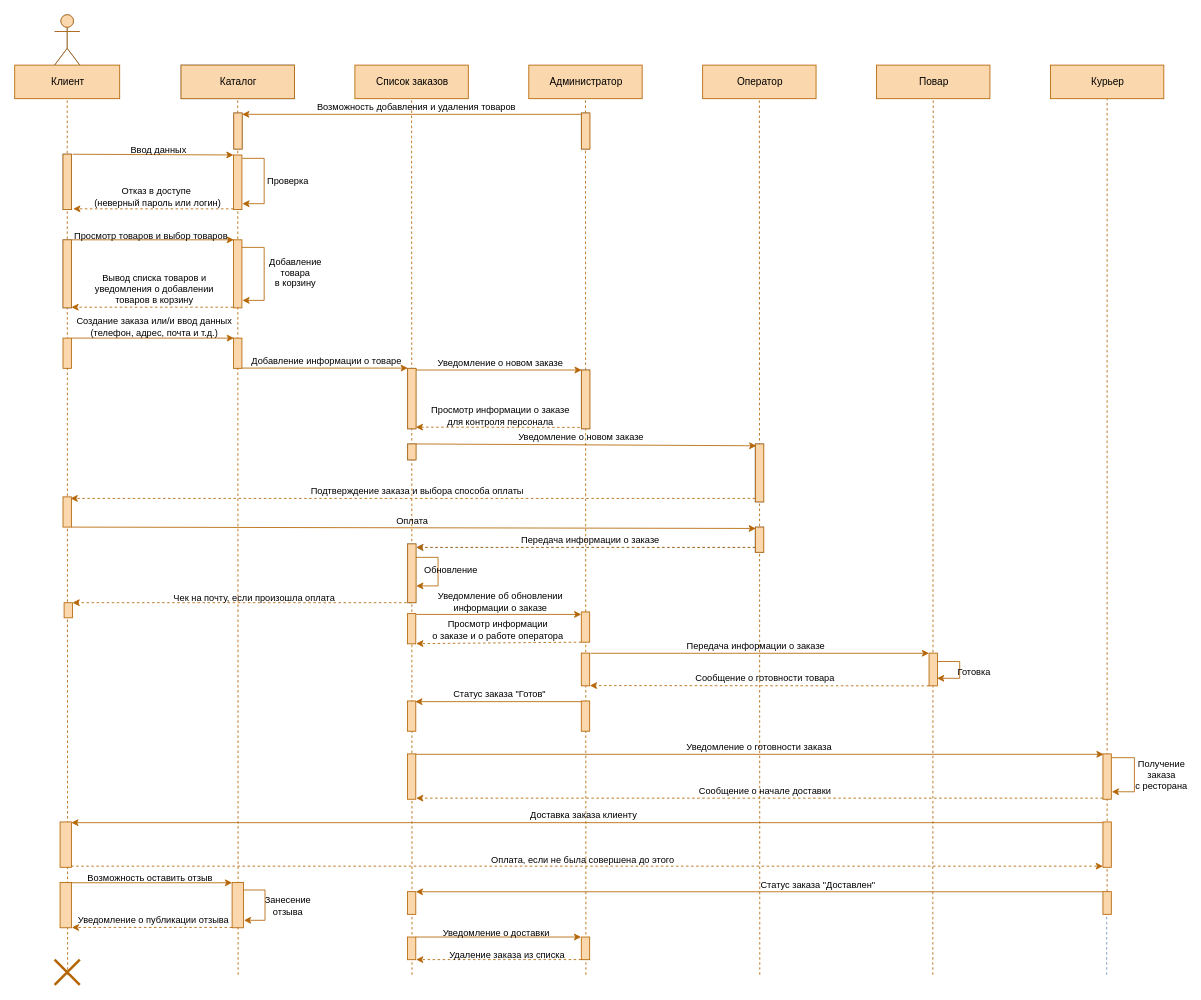
Before: Диаграмма доставки суши.drawio in Karidess/Sequence_diagramma, a draw.io diagram. Source tidied: cells renumbered, new cells numbered last; positions are measured from the earlier drawing's top-left corner, leaving out a move shared by most shapes. Both pictures are drawn from the tidied source at 84%, with x=0, y=0 at pixel (14, 14).
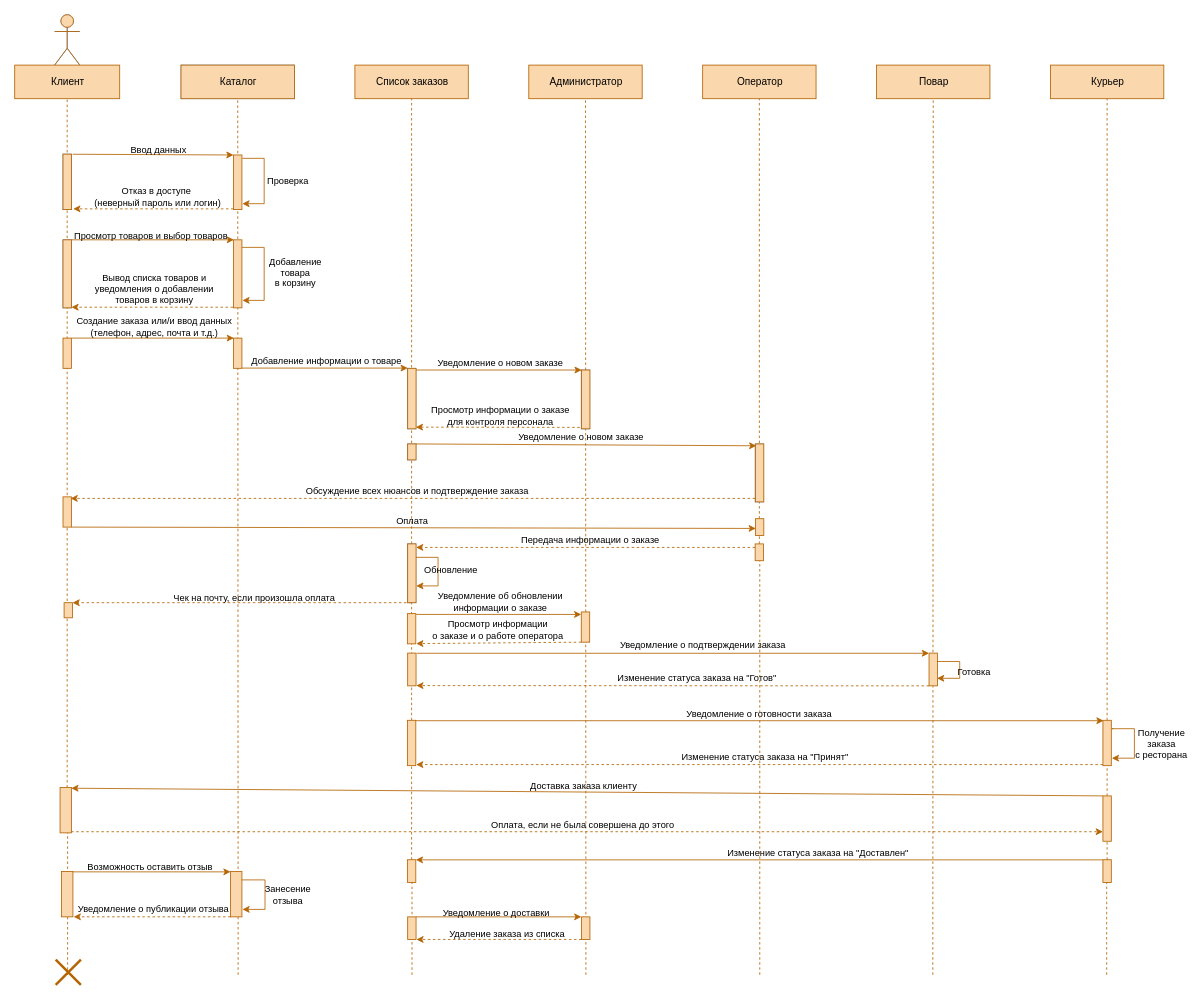
Above is the later version.

The change refers to these unchanged cells:
```xml
<mxCell id="2" value="Клиент" style="html=1;rounded=0;fillColor=#fad7ac;strokeColor=#b46504;" parent="1" vertex="1">
  <mxGeometry y="60" width="125" height="40" as="geometry" />
</mxCell>
<mxCell id="19" value="Список заказов" style="html=1;rounded=0;fillColor=#fad7ac;strokeColor=#b46504;" parent="1" vertex="1">
  <mxGeometry x="405" y="60" width="135" height="40" as="geometry" />
</mxCell>
<mxCell id="23" value="Оператор" style="html=1;rounded=0;fillColor=#fad7ac;strokeColor=#b46504;" parent="1" vertex="1">
  <mxGeometry x="819" y="60" width="135" height="40" as="geometry" />
</mxCell>
<mxCell id="41" style="endArrow=classic;html=1;rounded=0;fillColor=#fad7ac;strokeColor=#b46504;entryX=0.898;entryY=0.051;entryDx=0;entryDy=0;entryPerimeter=0;dashed=1;" parent="1" edge="1" source="38" target="43">
  <mxGeometry relative="1" as="geometry" />
</mxCell>
<mxCell id="43" style="html=1;points=[];perimeter=orthogonalPerimeter;rounded=0;fillColor=#fad7ac;strokeColor=#b46504;" parent="1" vertex="1">
  <mxGeometry x="57.5" y="574" width="10" height="36" as="geometry" />
</mxCell>
<mxCell id="49" style="html=1;points=[];perimeter=orthogonalPerimeter;rounded=0;fillColor=#dae8fc;strokeColor=#6c8ebf;" parent="1" vertex="1">
  <mxGeometry x="467.5" y="630" width="10" height="70" as="geometry" />
</mxCell>
<mxCell id="53" value="Курьер" style="html=1;rounded=0;fillColor=#fad7ac;strokeColor=#b46504;" parent="1" vertex="1">
  <mxGeometry x="1233" y="60" width="135" height="40" as="geometry" />
</mxCell>
<mxCell id="67" style="endArrow=classic;html=1;rounded=0;fillColor=#fad7ac;strokeColor=#b46504;exitX=1.1;exitY=0.005;exitDx=0;exitDy=0;exitPerimeter=0;" parent="1" edge="1" source="63" target="66">
  <mxGeometry relative="1" as="geometry" />
</mxCell>
<mxCell id="71" style="endArrow=classic;html=1;rounded=0;fillColor=#fad7ac;strokeColor=#b46504;entryX=1.023;entryY=0.992;entryDx=0;entryDy=0;entryPerimeter=0;dashed=1;" parent="1" edge="1" target="63">
  <mxGeometry relative="1" as="geometry">
    <mxPoint x="1088.5" y="799" as="sourcePoint" />
  </mxGeometry>
</mxCell>
<mxCell id="81" style="endArrow=classic;html=1;rounded=0;fillColor=#fad7ac;strokeColor=#b46504;entryX=1.038;entryY=0.976;entryDx=0;entryDy=0;entryPerimeter=0;dashed=1;" parent="1" edge="1" source="78" target="77">
  <mxGeometry relative="1" as="geometry" />
</mxCell>
<mxCell id="111" style="endArrow=classic;html=1;rounded=0;fillColor=#fad7ac;strokeColor=#b46504;exitX=0.006;exitY=0.005;exitDx=0;exitDy=0;exitPerimeter=0;" parent="1" edge="1" source="113" target="110">
  <mxGeometry relative="1" as="geometry" />
</mxCell>
<mxCell id="131" style="html=1;points=[];perimeter=orthogonalPerimeter;rounded=0;fillColor=#fad7ac;strokeColor=#b46504;" parent="1" vertex="1">
  <mxGeometry x="467.8" y="630" width="10" height="70" as="geometry" />
</mxCell>
```

The edit, as a diff of the source:
```diff
@@
+    <mxCell id="132" style="endArrow=none;dashed=1;html=1;strokeWidth=1;rounded=0;startArrow=none;fillColor=#fad7ac;strokeColor=#b46504;" parent="1" edge="1" target="86">
+      <mxGeometry relative="1" as="geometry">
+        <mxPoint x="63" y="1143" as="sourcePoint" />
+      </mxGeometry>
+    </mxCell>
+    <mxCell id="133" style="endArrow=none;dashed=1;html=1;strokeWidth=1;rounded=0;startArrow=none;fillColor=#fad7ac;strokeColor=#b46504;" parent="1" edge="1" target="110">
+      <mxGeometry relative="1" as="geometry">
+        <mxPoint x="473" y="1143" as="sourcePoint" />
+      </mxGeometry>
+    </mxCell>
+    <mxCell id="134" style="endArrow=none;dashed=1;html=1;strokeWidth=1;rounded=0;startArrow=none;fillColor=#fad7ac;strokeColor=#b46504;" parent="1" edge="1" source="110" target="77">
+      <mxGeometry relative="1" as="geometry" />
+    </mxCell>
+    <mxCell id="135" style="endArrow=none;dashed=1;html=1;strokeWidth=1;rounded=0;startArrow=none;fillColor=#fad7ac;strokeColor=#b46504;" parent="1" edge="1" source="83" target="78">
+      <mxGeometry relative="1" as="geometry" />
+    </mxCell>
@@
-    <mxCell id="3" style="endArrow=none;dashed=1;html=1;strokeWidth=1;rounded=0;startArrow=none;fillColor=#fad7ac;strokeColor=#b46504;" parent="1" edge="1" target="2">
-      <mxGeometry relative="1" as="geometry">
-        <mxPoint x="63" y="1143" as="sourcePoint" />
-      </mxGeometry>
+    <mxCell id="3" style="endArrow=none;dashed=1;html=1;strokeWidth=1;rounded=0;startArrow=none;fillColor=#fad7ac;strokeColor=#b46504;" parent="1" edge="1" source="86" target="2">
+      <mxGeometry relative="1" as="geometry" />
     </mxCell>
@@
-    <mxCell id="20" style="endArrow=none;dashed=1;html=1;strokeWidth=1;rounded=0;startArrow=none;fillColor=#fad7ac;strokeColor=#b46504;" parent="1" edge="1" target="19">
-      <mxGeometry relative="1" as="geometry">
-        <mxPoint x="473" y="1143" as="sourcePoint" />
-      </mxGeometry>
+    <mxCell id="20" style="endArrow=none;dashed=1;html=1;strokeWidth=1;rounded=0;startArrow=none;fillColor=#fad7ac;strokeColor=#b46504;" parent="1" edge="1" source="77" target="19">
+      <mxGeometry relative="1" as="geometry" />
     </mxCell>
@@
-    <mxCell id="36" style="endArrow=none;dashed=1;html=1;strokeWidth=1;rounded=0;startArrow=none;fillColor=#fad7ac;strokeColor=#b46504;" parent="1" edge="1" target="23">
-      <mxGeometry relative="1" as="geometry">
-        <mxPoint x="887" y="1143" as="sourcePoint" />
-      </mxGeometry>
+    <mxCell id="36" style="endArrow=none;dashed=1;html=1;strokeWidth=1;rounded=0;startArrow=none;fillColor=#fad7ac;strokeColor=#b46504;" parent="1" edge="1" source="136" target="23">
+      <mxGeometry relative="1" as="geometry" />
     </mxCell>
@@
-    <mxCell id="42" value="Подтверждение заказа и выбора способа оплаты" style="edgeLabel;html=1;align=center;verticalAlign=middle;rounded=0;labelBackgroundColor=none;" parent="41" vertex="1">
+    <mxCell id="42" value="Обсуждение всех нюансов и подтверждение заказа" style="edgeLabel;html=1;align=center;verticalAlign=middle;rounded=0;labelBackgroundColor=none;" parent="41" vertex="1">
       <mxGeometry x="-0.22" relative="1" as="geometry">
         <mxPoint x="-85" y="-9" as="offset" />
       </mxGeometry>
     </mxCell>
@@
-    <mxCell id="44" style="html=1;points=[];perimeter=orthogonalPerimeter;rounded=0;fillColor=#dae8fc;strokeColor=#6c8ebf;" parent="1" vertex="1">
-      <mxGeometry x="881.5" y="610" width="10" height="30" as="geometry" />
-    </mxCell>
-    <mxCell id="45" style="endArrow=classic;html=1;rounded=0;fillColor=#fad7ac;strokeColor=#b46504;entryX=0.08;entryY=0.054;entryDx=0;entryDy=0;entryPerimeter=0;" parent="1" edge="1" source="43" target="44">
-      <mxGeometry relative="1" as="geometry" />
+    <mxCell id="45" style="endArrow=classic;html=1;rounded=0;fillColor=#fad7ac;strokeColor=#b46504;entryX=0.08;entryY=0.054;entryDx=0;entryDy=0;entryPerimeter=0;" parent="1" edge="1" source="43">
+      <mxGeometry relative="1" as="geometry">
+        <mxPoint x="882.3" y="611.6" as="targetPoint" />
+      </mxGeometry>
     </mxCell>
@@
-    <mxCell id="47" style="endArrow=classic;html=1;rounded=0;fillColor=#dae8fc;strokeColor=#6c8ebf;entryX=1.031;entryY=0.06;entryDx=0;entryDy=0;entryPerimeter=0;dashed=1;" parent="1" edge="1" source="44" target="49">
+    <mxCell id="47" style="endArrow=classic;html=1;rounded=0;fillColor=#ffe6cc;strokeColor=#B46504;entryX=1.031;entryY=0.06;entryDx=0;entryDy=0;entryPerimeter=0;dashed=1;" parent="1" edge="1" source="136" target="49">
       <mxGeometry relative="1" as="geometry" />
     </mxCell>
@@
     <mxCell id="63" style="html=1;points=[];perimeter=orthogonalPerimeter;rounded=0;fillColor=#fad7ac;strokeColor=#b46504;" parent="1" vertex="1">
-      <mxGeometry x="674.5" y="760" width="10" height="39" as="geometry" />
+      <mxGeometry x="467.8" y="760" width="10" height="39" as="geometry" />
     </mxCell>
@@
-    <mxCell id="65" style="endArrow=none;dashed=1;html=1;strokeWidth=1;rounded=0;startArrow=none;fillColor=#fad7ac;strokeColor=#b46504;" parent="1" edge="1" source="113" target="53">
+    <mxCell id="65" style="endArrow=none;dashed=1;html=1;strokeWidth=1;rounded=0;startArrow=none;fillColor=#fad7ac;strokeColor=#b46504;" parent="1" edge="1" source="78" target="53">
       <mxGeometry relative="1" as="geometry" />
     </mxCell>
@@
-    <mxCell id="68" value="Передача информации о заказе" style="edgeLabel;html=1;align=center;verticalAlign=middle;rounded=0;labelBackgroundColor=none;" parent="67" vertex="1">
+    <mxCell id="68" value="Уведомление о подтверждении заказа" style="edgeLabel;html=1;align=center;verticalAlign=middle;rounded=0;labelBackgroundColor=none;" parent="67" vertex="1">
       <mxGeometry x="-0.22" relative="1" as="geometry">
-        <mxPoint x="39" y="-9" as="offset" />
+        <mxPoint x="102" y="-11" as="offset" />
       </mxGeometry>
     </mxCell>
@@
-    <mxCell id="72" value="Сообщение о готовности товара" style="edgeLabel;html=1;align=center;verticalAlign=middle;rounded=0;labelBackgroundColor=none;" parent="71" vertex="1">
+    <mxCell id="72" value="Изменение статуса заказа на &quot;Готов&quot;" style="edgeLabel;html=1;align=center;verticalAlign=middle;rounded=0;labelBackgroundColor=none;" parent="71" vertex="1">
       <mxGeometry x="-0.22" relative="1" as="geometry">
         <mxPoint x="-39" y="-9" as="offset" />
       </mxGeometry>
     </mxCell>
-    <mxCell id="73" style="html=1;points=[];perimeter=orthogonalPerimeter;rounded=0;fillColor=#fad7ac;strokeColor=#b46504;" parent="1" vertex="1">
-      <mxGeometry x="674.5" y="817" width="10" height="36" as="geometry" />
-    </mxCell>
-    <mxCell id="74" style="endArrow=classic;html=1;rounded=0;fillColor=#fad7ac;strokeColor=#b46504;entryX=0.936;entryY=0.022;entryDx=0;entryDy=0;entryPerimeter=0;" parent="1" edge="1" source="73" target="76">
-      <mxGeometry relative="1" as="geometry" />
-    </mxCell>
-    <mxCell id="75" value="Статус заказа &quot;Готов&quot;" style="edgeLabel;html=1;align=center;verticalAlign=middle;rounded=0;labelBackgroundColor=none;" parent="74" vertex="1">
-      <mxGeometry x="-0.22" relative="1" as="geometry">
-        <mxPoint x="-21" y="-9" as="offset" />
-      </mxGeometry>
-    </mxCell>
-    <mxCell id="76" style="html=1;points=[];perimeter=orthogonalPerimeter;rounded=0;fillColor=#fad7ac;strokeColor=#b46504;" parent="1" vertex="1">
-      <mxGeometry x="467.5" y="817" width="10" height="36" as="geometry" />
-    </mxCell>
-    <mxCell id="77" style="html=1;points=[];perimeter=orthogonalPerimeter;rounded=0;fillColor=#fad7ac;strokeColor=#b46504;" parent="1" vertex="1">
-      <mxGeometry x="467.5" y="880" width="10" height="54" as="geometry" />
-    </mxCell>
-    <mxCell id="78" style="html=1;points=[];perimeter=orthogonalPerimeter;rounded=0;fillColor=#fad7ac;strokeColor=#b46504;" parent="1" vertex="1">
-      <mxGeometry x="1295.5" y="880" width="10" height="54" as="geometry" />
-    </mxCell>
@@
-    <mxCell id="82" value="Сообщение о начале доставки" style="edgeLabel;html=1;align=center;verticalAlign=middle;rounded=0;labelBackgroundColor=none;" parent="81" vertex="1">
+    <mxCell id="82" value="Изменение статуса заказа на &quot;Принят&quot;" style="edgeLabel;html=1;align=center;verticalAlign=middle;rounded=0;labelBackgroundColor=none;" parent="81" vertex="1">
       <mxGeometry x="-0.22" relative="1" as="geometry">
         <mxPoint x="-84" y="-9" as="offset" />
       </mxGeometry>
     </mxCell>
-    <mxCell id="83" style="html=1;points=[];perimeter=orthogonalPerimeter;rounded=0;fillColor=#fad7ac;strokeColor=#b46504;" parent="1" vertex="1">
-      <mxGeometry x="1295.5" y="961" width="10" height="54" as="geometry" />
-    </mxCell>
@@
-    <mxCell id="86" style="html=1;points=[];perimeter=orthogonalPerimeter;rounded=0;fillColor=#fad7ac;strokeColor=#b46504;" parent="1" vertex="1">
-      <mxGeometry x="54" y="961" width="13.5" height="54" as="geometry" />
-    </mxCell>
     <mxCell id="87" style="endArrow=classic;html=1;rounded=0;fillColor=#fad7ac;strokeColor=#b46504;edgeStyle=orthogonalEdgeStyle;entryX=1.057;entryY=0.835;entryDx=0;entryDy=0;entryPerimeter=0;" parent="1" edge="1" target="78">
       <mxGeometry relative="1" as="geometry">
-        <mxPoint x="1306" y="884.5" as="sourcePoint" />
+        <mxPoint x="1308" y="850" as="sourcePoint" />
         <Array as="points">
+          <mxPoint x="1306" y="850" />
+          <mxPoint x="1333" y="850" />
           <mxPoint x="1333" y="885" />
-          <mxPoint x="1333" y="925" />
-          <mxPoint x="1306" y="925" />
         </Array>
       </mxGeometry>
     </mxCell>
@@
     <mxCell id="91" style="html=1;points=[];perimeter=orthogonalPerimeter;rounded=0;fillColor=#fad7ac;strokeColor=#b46504;" parent="1" vertex="1">
-      <mxGeometry x="54" y="1033" width="13.5" height="54" as="geometry" />
+      <mxGeometry x="55.8" y="1020" width="13.5" height="54" as="geometry" />
     </mxCell>
     <mxCell id="92" style="html=1;points=[];perimeter=orthogonalPerimeter;rounded=0;fillColor=#fad7ac;strokeColor=#b46504;" parent="1" vertex="1">
-      <mxGeometry x="258.8" y="1033" width="13.5" height="54" as="geometry" />
+      <mxGeometry x="257" y="1020" width="13.5" height="54" as="geometry" />
     </mxCell>
@@
-    <mxCell id="95" style="endArrow=classic;html=1;rounded=0;fillColor=#fad7ac;strokeColor=#b46504;edgeStyle=orthogonalEdgeStyle;entryX=1.047;entryY=0.835;entryDx=0;entryDy=0;entryPerimeter=0;" parent="1" edge="1" target="92">
+    <mxCell id="95" style="endArrow=classic;html=1;rounded=0;fillColor=#fad7ac;strokeColor=#b46504;edgeStyle=orthogonalEdgeStyle;entryX=1.047;entryY=0.835;entryDx=0;entryDy=0;entryPerimeter=0;" parent="1" edge="1" source="92" target="92">
       <mxGeometry relative="1" as="geometry">
-        <mxPoint x="272.2" y="1042" as="sourcePoint" />
         <Array as="points">
-          <mxPoint x="298" y="1042" />
-          <mxPoint x="298" y="1078" />
+          <mxPoint x="298" y="1030" />
+          <mxPoint x="298" y="1065" />
         </Array>
       </mxGeometry>
     </mxCell>
@@
-    <mxCell id="97" style="endArrow=classic;html=1;rounded=0;fillColor=#fad7ac;strokeColor=#b46504;dashed=1;" parent="1" edge="1" source="92">
-      <mxGeometry relative="1" as="geometry">
-        <mxPoint x="68" y="1086.6" as="targetPoint" />
-      </mxGeometry>
+    <mxCell id="97" style="endArrow=classic;html=1;rounded=0;fillColor=#fad7ac;strokeColor=#b46504;dashed=1;entryX=1.065;entryY=0.999;entryDx=0;entryDy=0;entryPerimeter=0;" parent="1" edge="1" source="92" target="91">
+      <mxGeometry relative="1" as="geometry" />
     </mxCell>
@@
-    <mxCell id="99" style="html=1;points=[];perimeter=orthogonalPerimeter;rounded=0;fillColor=#dae8fc;strokeColor=#6c8ebf;" parent="1" vertex="1">
-      <mxGeometry x="674.5" y="117" width="10" height="43" as="geometry" />
-    </mxCell>
-    <mxCell id="100" style="html=1;points=[];perimeter=orthogonalPerimeter;rounded=0;fillColor=#dae8fc;strokeColor=#6c8ebf;" parent="1" vertex="1">
-      <mxGeometry x="260.8" y="117" width="10" height="43" as="geometry" />
-    </mxCell>
-    <mxCell id="101" style="endArrow=classic;html=1;rounded=0;fillColor=#fad7ac;strokeColor=#b46504;entryX=0.996;entryY=0.037;entryDx=0;entryDy=0;entryPerimeter=0;" parent="1" edge="1" source="99" target="100">
-      <mxGeometry relative="1" as="geometry" />
-    </mxCell>
-    <mxCell id="102" value="Возможность добавления и удаления товаров" style="edgeLabel;html=1;align=center;verticalAlign=middle;rounded=0;labelBackgroundColor=none;" parent="101" vertex="1">
-      <mxGeometry x="-0.22" relative="1" as="geometry">
-        <mxPoint x="-40" y="-9" as="offset" />
-      </mxGeometry>
-    </mxCell>
     <mxCell id="103" style="html=1;points=[];perimeter=orthogonalPerimeter;rounded=0;fillColor=#fad7ac;strokeColor=#b46504;" parent="1" vertex="1">
-      <mxGeometry x="674.5" y="1098" width="10" height="27" as="geometry" />
+      <mxGeometry x="674.8" y="1074" width="10" height="27" as="geometry" />
     </mxCell>
     <mxCell id="104" style="html=1;points=[];perimeter=orthogonalPerimeter;rounded=0;fillColor=#fad7ac;strokeColor=#b46504;" parent="1" vertex="1">
-      <mxGeometry x="467.5" y="1098" width="10" height="27" as="geometry" />
+      <mxGeometry x="467.8" y="1074" width="10" height="27" as="geometry" />
     </mxCell>
@@
     <mxCell id="109" style="shape=umlDestroy;whiteSpace=wrap;html=1;strokeWidth=3;labelBackgroundColor=default;rounded=0;fillColor=#fad7ac;strokeColor=#b46504;" parent="1" vertex="1">
-      <mxGeometry x="47.5" y="1125" width="30" height="30" as="geometry" />
+      <mxGeometry x="48.8" y="1125" width="30" height="30" as="geometry" />
     </mxCell>
-    <mxCell id="110" style="html=1;points=[];perimeter=orthogonalPerimeter;rounded=0;fillColor=#fad7ac;strokeColor=#b46504;" parent="1" vertex="1">
-      <mxGeometry x="467.5" y="1044" width="10" height="27" as="geometry" />
-    </mxCell>
@@
-    <mxCell id="112" value="Статус заказа &quot;Доставлен&quot;" style="edgeLabel;html=1;align=center;verticalAlign=middle;rounded=0;labelBackgroundColor=none;" parent="111" vertex="1">
+    <mxCell id="112" value="Изменение статуса заказа на &quot;Доставлен&quot;" style="edgeLabel;html=1;align=center;verticalAlign=middle;rounded=0;labelBackgroundColor=none;" parent="111" vertex="1">
       <mxGeometry x="-0.22" relative="1" as="geometry">
         <mxPoint x="-21" y="-9" as="offset" />
       </mxGeometry>
     </mxCell>
     <mxCell id="113" style="html=1;points=[];perimeter=orthogonalPerimeter;rounded=0;fillColor=#fad7ac;strokeColor=#b46504;" parent="1" vertex="1">
-      <mxGeometry x="1295.5" y="1044" width="10" height="27" as="geometry" />
+      <mxGeometry x="1295.5" y="1006" width="10" height="27" as="geometry" />
     </mxCell>
-    <mxCell id="114" style="endArrow=none;dashed=1;html=1;strokeWidth=1;rounded=0;startArrow=none;fillColor=#dae8fc;strokeColor=#6c8ebf;" parent="1" edge="1" target="113">
+    <mxCell id="114" style="endArrow=none;dashed=1;html=1;strokeWidth=1;rounded=0;startArrow=none;fillColor=#ffe6cc;strokeColor=#B46504;" parent="1" edge="1" target="113">
       <mxGeometry relative="1" as="geometry">
         <mxPoint x="1300" y="1143" as="sourcePoint" />
       </mxGeometry>
     </mxCell>
@@
-    <mxCell id="121" style="html=1;perimeter=orthogonalPerimeter;rounded=0;fillColor=#fad7ac;strokeColor=#b46504;" parent="1" vertex="1">
-      <mxGeometry x="260.8" y="117" width="10" height="43" as="geometry" />
-    </mxCell>
@@
-    <mxCell id="124" style="html=1;perimeter=orthogonalPerimeter;rounded=0;fillColor=#fad7ac;strokeColor=#b46504;" parent="1" vertex="1">
-      <mxGeometry x="674.8" y="117" width="10" height="43" as="geometry" />
-    </mxCell>
@@
     <mxCell id="129" style="html=1;points=[];perimeter=orthogonalPerimeter;rounded=0;fillColor=#fad7ac;strokeColor=#b46504;" parent="1" vertex="1">
-      <mxGeometry x="881.8" y="610" width="10" height="30" as="geometry" />
+      <mxGeometry x="881.8" y="600" width="10" height="20" as="geometry" />
     </mxCell>
-    <mxCell id="130" style="endArrow=classic;html=1;rounded=0;fillColor=#fad7ac;strokeColor=#b46504;entryX=1.031;entryY=0.06;entryDx=0;entryDy=0;entryPerimeter=0;dashed=1;" parent="1" edge="1" source="129" target="131">
-      <mxGeometry relative="1" as="geometry" />
-    </mxCell>
@@
+    <mxCell id="136" style="html=1;points=[];perimeter=orthogonalPerimeter;rounded=0;fillColor=#fad7ac;strokeColor=#b46504;" parent="1" vertex="1">
+      <mxGeometry x="881.5" y="630" width="10" height="20" as="geometry" />
+    </mxCell>
+    <mxCell id="137" style="endArrow=none;dashed=1;html=1;strokeWidth=1;rounded=0;startArrow=none;fillColor=#fad7ac;strokeColor=#b46504;" parent="1" edge="1" target="136">
+      <mxGeometry relative="1" as="geometry">
+        <mxPoint x="887" y="1143" as="sourcePoint" />
+      </mxGeometry>
+    </mxCell>
+    <mxCell id="77" style="html=1;points=[];perimeter=orthogonalPerimeter;rounded=0;fillColor=#fad7ac;strokeColor=#b46504;" parent="1" vertex="1">
+      <mxGeometry x="467.5" y="840" width="10" height="54" as="geometry" />
+    </mxCell>
+    <mxCell id="78" style="html=1;points=[];perimeter=orthogonalPerimeter;rounded=0;fillColor=#fad7ac;strokeColor=#b46504;" parent="1" vertex="1">
+      <mxGeometry x="1295.5" y="840" width="10" height="54" as="geometry" />
+    </mxCell>
+    <mxCell id="83" style="html=1;points=[];perimeter=orthogonalPerimeter;rounded=0;fillColor=#fad7ac;strokeColor=#b46504;" parent="1" vertex="1">
+      <mxGeometry x="1295.5" y="930" width="10" height="54" as="geometry" />
+    </mxCell>
+    <mxCell id="138" style="endArrow=none;dashed=1;html=1;strokeWidth=1;rounded=0;startArrow=none;fillColor=#fad7ac;strokeColor=#b46504;" parent="1" edge="1" source="113" target="83">
+      <mxGeometry relative="1" as="geometry" />
+    </mxCell>
+    <mxCell id="86" style="html=1;points=[];perimeter=orthogonalPerimeter;rounded=0;fillColor=#fad7ac;strokeColor=#b46504;" parent="1" vertex="1">
+      <mxGeometry x="54" y="920" width="13.5" height="54" as="geometry" />
+    </mxCell>
+    <mxCell id="110" style="html=1;points=[];perimeter=orthogonalPerimeter;rounded=0;fillColor=#fad7ac;strokeColor=#b46504;" parent="1" vertex="1">
+      <mxGeometry x="467.5" y="1006" width="10" height="27" as="geometry" />
+    </mxCell>
```
